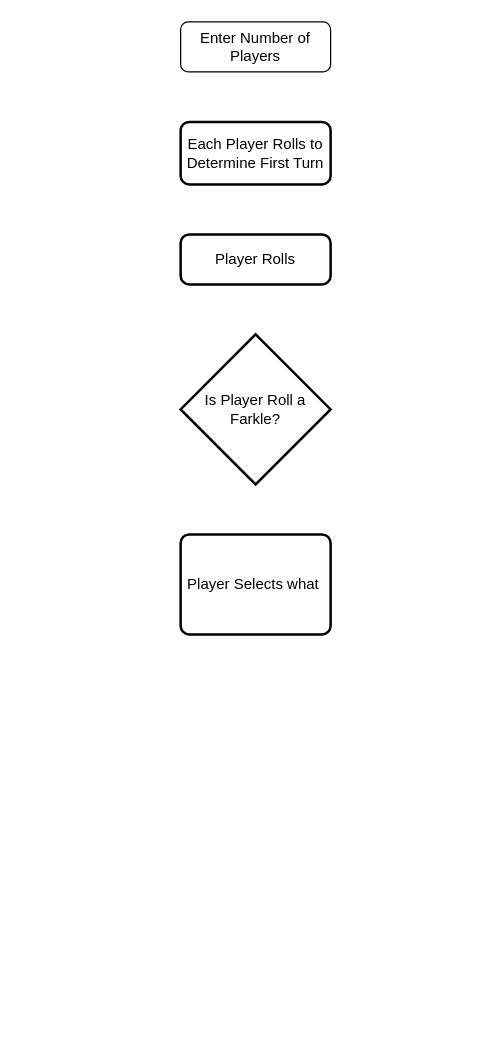
EdwardJamesAlmost/Farkle keeps this draw.io diagram as Untitled Diagram.drawio. Above is the earlier version. Source tidied: cells renumbered, new cells numbered last; positions are measured from the earlier drawing's top-left corner, leaving out a move shared by most shapes. Both pictures are drawn from the tidied source at 125%, with x=0, y=0 at pixel (180, 21).
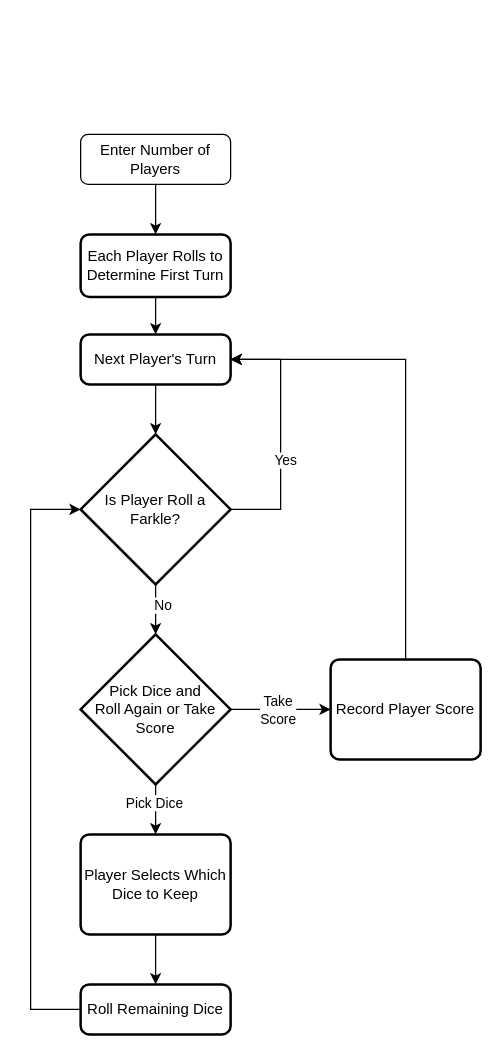
Above is the later version.

Change to the diagram source:
```diff
@@
+    <mxCell id="7" style="edgeStyle=orthogonalEdgeStyle;rounded=0;jettySize=auto;html=1;" parent="1" edge="1" source="2" target="3">
+      <mxGeometry relative="1" as="geometry" />
+    </mxCell>
     <mxCell id="2" value="Enter Number of Players" style="rounded=1;whiteSpace=wrap;html=1;fontSize=12;glass=0;strokeWidth=1;shadow=0;" parent="1" vertex="1">
-      <mxGeometry width="120" height="40" as="geometry" />
+      <mxGeometry x="-80" y="90" width="120" height="40" as="geometry" />
     </mxCell>
+    <mxCell id="8" style="edgeStyle=orthogonalEdgeStyle;rounded=0;jettySize=auto;html=1;" parent="1" edge="1" source="3" target="4">
+      <mxGeometry relative="1" as="geometry" />
+    </mxCell>
     <mxCell id="3" value="Each Player Rolls to Determine First Turn" style="rounded=1;whiteSpace=wrap;html=1;absoluteArcSize=1;arcSize=14;strokeWidth=2;" parent="1" vertex="1">
-      <mxGeometry y="80" width="120" height="50" as="geometry" />
+      <mxGeometry x="-80" y="170" width="120" height="50" as="geometry" />
     </mxCell>
+    <mxCell id="9" style="edgeStyle=orthogonalEdgeStyle;rounded=0;jettySize=auto;html=1;" parent="1" edge="1" source="4" target="5">
+      <mxGeometry relative="1" as="geometry" />
+    </mxCell>
-    <mxCell id="4" value="Player Rolls" style="rounded=1;whiteSpace=wrap;html=1;absoluteArcSize=1;arcSize=14;strokeWidth=2;" parent="1" vertex="1">
-      <mxGeometry y="170" width="120" height="40" as="geometry" />
+    <mxCell id="4" value="Next Player's Turn" style="rounded=1;whiteSpace=wrap;html=1;absoluteArcSize=1;arcSize=14;strokeWidth=2;" parent="1" vertex="1">
+      <mxGeometry x="-80" y="250" width="120" height="40" as="geometry" />
     </mxCell>
+    <mxCell id="10" style="edgeStyle=orthogonalEdgeStyle;rounded=0;jettySize=auto;html=1;exitX=0.5;exitY=1;exitDx=0;exitDy=0;exitPerimeter=0;entryX=0.5;entryY=0;entryDx=0;entryDy=0;entryPerimeter=0;" parent="1" edge="1" source="5" target="21">
+      <mxGeometry relative="1" as="geometry" />
+    </mxCell>
+    <mxCell id="11" value="No" style="edgeLabel;html=1;align=center;verticalAlign=middle;" parent="10" vertex="1">
+      <mxGeometry x="-0.22" y="5" relative="1" as="geometry" />
+    </mxCell>
+    <mxCell id="12" style="edgeStyle=orthogonalEdgeStyle;rounded=0;jettySize=auto;html=1;exitX=1;exitY=0.5;exitDx=0;exitDy=0;exitPerimeter=0;entryX=1;entryY=0.5;entryDx=0;entryDy=0;" parent="1" edge="1" source="5" target="4">
+      <mxGeometry relative="1" as="geometry">
+        <Array as="points">
+          <mxPoint x="80" y="390" />
+          <mxPoint x="80" y="270" />
+        </Array>
+      </mxGeometry>
+    </mxCell>
+    <mxCell id="13" value="Yes" style="edgeLabel;html=1;align=center;verticalAlign=middle;" parent="12" vertex="1">
+      <mxGeometry x="-0.2" y="-3" relative="1" as="geometry" />
+    </mxCell>
     <mxCell id="5" value="Is Player Roll a Farkle?" style="strokeWidth=2;html=1;shape=mxgraph.flowchart.decision;whiteSpace=wrap;" parent="1" vertex="1">
-      <mxGeometry y="250" width="120" height="120" as="geometry" />
+      <mxGeometry x="-80" y="330" width="120" height="120" as="geometry" />
     </mxCell>
+    <mxCell id="14" style="edgeStyle=orthogonalEdgeStyle;rounded=0;jettySize=auto;html=1;exitX=0;exitY=0.5;exitDx=0;exitDy=0;entryX=0;entryY=0.5;entryDx=0;entryDy=0;entryPerimeter=0;" parent="1" edge="1" source="16" target="5">
+      <mxGeometry relative="1" as="geometry">
+        <Array as="points">
+          <mxPoint x="-120" y="790" />
+          <mxPoint x="-120" y="390" />
+        </Array>
+      </mxGeometry>
+    </mxCell>
+    <mxCell id="15" style="edgeStyle=orthogonalEdgeStyle;rounded=0;jettySize=auto;html=1;" parent="1" edge="1" source="6" target="16">
+      <mxGeometry relative="1" as="geometry" />
+    </mxCell>
-    <mxCell id="6" value="Player Selects what&amp;nbsp;" style="rounded=1;whiteSpace=wrap;html=1;absoluteArcSize=1;arcSize=14;strokeWidth=2;" parent="1" vertex="1">
-      <mxGeometry y="410" width="120" height="80" as="geometry" />
+    <mxCell id="6" value="Player Selects Which Dice to Keep" style="rounded=1;whiteSpace=wrap;html=1;absoluteArcSize=1;arcSize=14;strokeWidth=2;" parent="1" vertex="1">
+      <mxGeometry x="-80" y="650" width="120" height="80" as="geometry" />
     </mxCell>
+    <mxCell id="16" value="Roll Remaining Dice" style="rounded=1;whiteSpace=wrap;html=1;absoluteArcSize=1;arcSize=14;strokeWidth=2;" parent="1" vertex="1">
+      <mxGeometry x="-80" y="770" width="120" height="40" as="geometry" />
+    </mxCell>
+    <mxCell id="17" style="edgeStyle=orthogonalEdgeStyle;rounded=0;jettySize=auto;html=1;exitX=0.5;exitY=1;exitDx=0;exitDy=0;exitPerimeter=0;entryX=0.5;entryY=0;entryDx=0;entryDy=0;" parent="1" edge="1" source="21" target="6">
+      <mxGeometry relative="1" as="geometry" />
+    </mxCell>
+    <mxCell id="18" value="Pick Dice" style="edgeLabel;html=1;align=center;verticalAlign=middle;" parent="17" vertex="1">
+      <mxGeometry x="-0.31" y="-2" relative="1" as="geometry" />
+    </mxCell>
+    <mxCell id="19" style="edgeStyle=orthogonalEdgeStyle;rounded=0;jettySize=auto;html=1;exitX=1;exitY=0.5;exitDx=0;exitDy=0;exitPerimeter=0;entryX=0;entryY=0.5;entryDx=0;entryDy=0;" parent="1" edge="1" source="21" target="23">
+      <mxGeometry relative="1" as="geometry" />
+    </mxCell>
+    <mxCell id="20" value="Take &lt;br&gt;Score" style="edgeLabel;html=1;align=center;verticalAlign=middle;" parent="19" vertex="1">
+      <mxGeometry x="-0.33" y="2" relative="1" as="geometry">
+        <mxPoint x="10" y="2" as="offset" />
+      </mxGeometry>
+    </mxCell>
+    <mxCell id="21" value="Pick Dice and &lt;br&gt;Roll Again or Take Score" style="strokeWidth=2;html=1;shape=mxgraph.flowchart.decision;whiteSpace=wrap;" parent="1" vertex="1">
+      <mxGeometry x="-80" y="490" width="120" height="120" as="geometry" />
+    </mxCell>
+    <mxCell id="22" style="edgeStyle=orthogonalEdgeStyle;rounded=0;jettySize=auto;html=1;exitX=0.5;exitY=0;exitDx=0;exitDy=0;entryX=1;entryY=0.5;entryDx=0;entryDy=0;" parent="1" edge="1" source="23" target="4">
+      <mxGeometry relative="1" as="geometry" />
+    </mxCell>
+    <mxCell id="23" value="Record Player Score" style="rounded=1;whiteSpace=wrap;html=1;absoluteArcSize=1;arcSize=14;strokeWidth=2;" parent="1" vertex="1">
+      <mxGeometry x="120" y="510" width="120" height="80" as="geometry" />
+    </mxCell>
```
